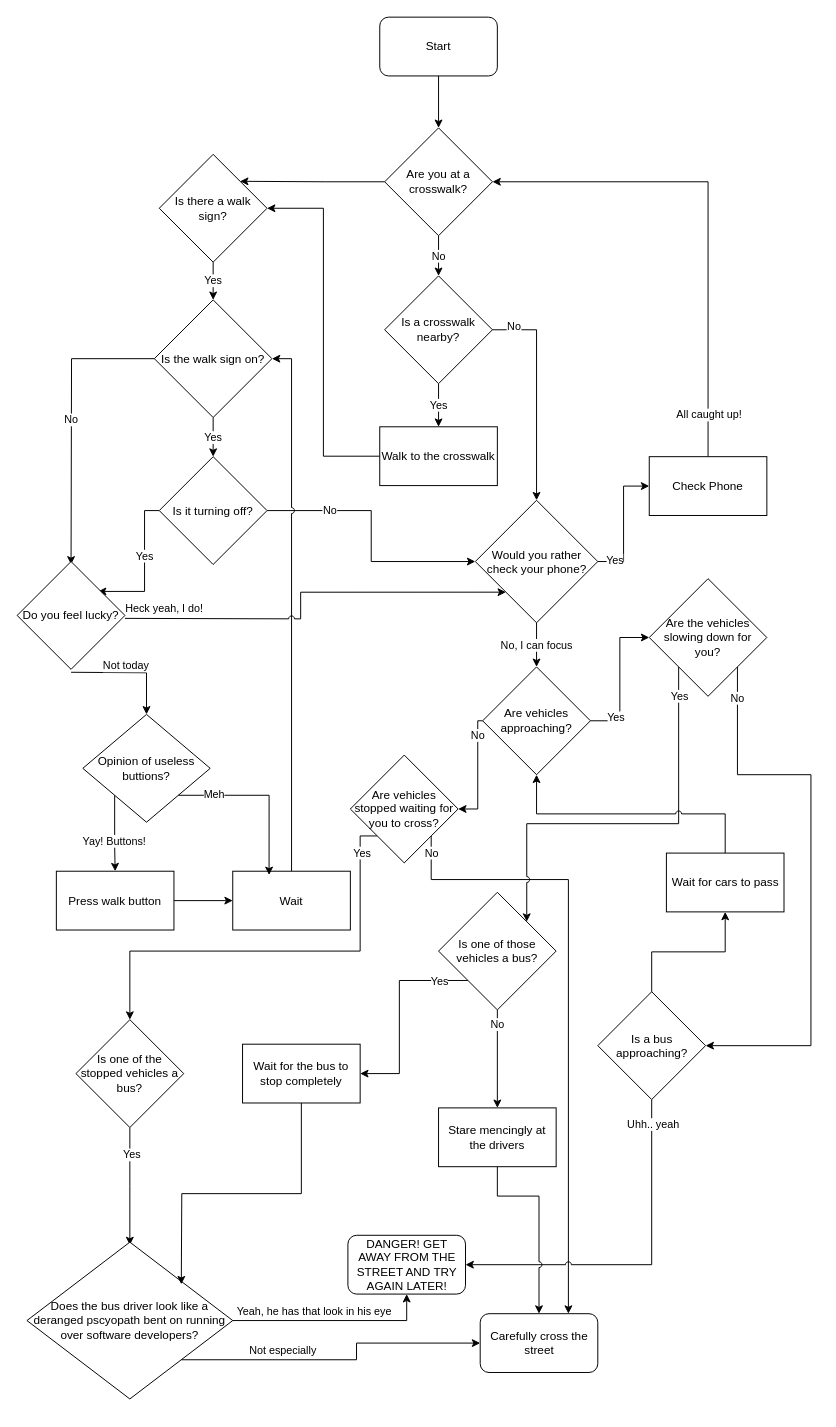
pboyd/pboyd.io keeps this draw.io diagram as content/posts/how-to-walk-safely-near-buses/flowchart.drawio. Above is the earlier version. Source tidied: cells renumbered, new cells numbered last; positions are measured from the earlier drawing's top-left corner, leaving out a move shared by most shapes. Both pictures are drawn from the tidied source at 98%, with x=0, y=0 at pixel (17, 17).
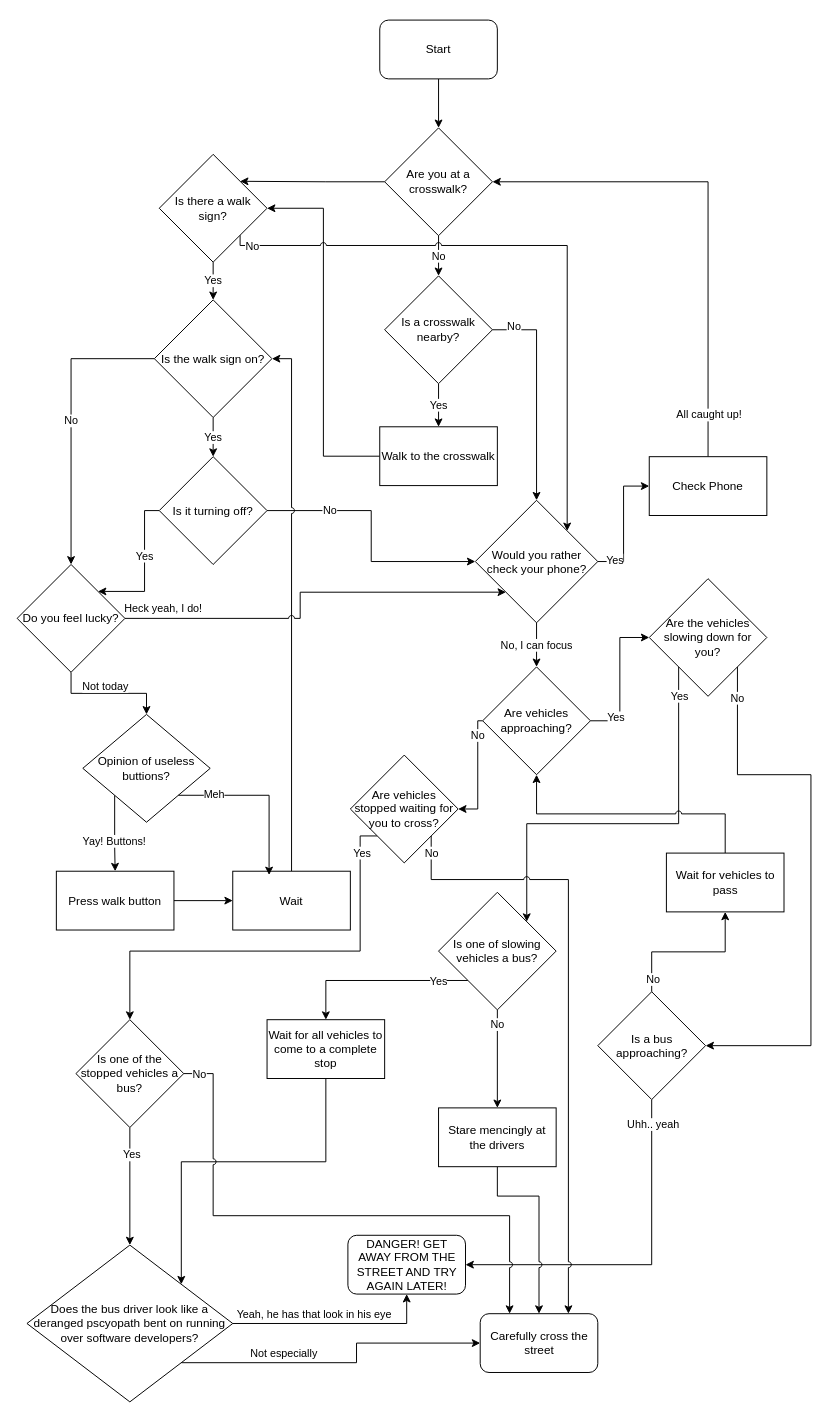
After the change.

Unchanged cells that the change refers to:
```xml
<mxCell id="12" value="Is there a walk sign?" style="rhombus;whiteSpace=wrap;html=1;" parent="1" vertex="1">
  <mxGeometry x="145" y="140" width="110" height="110" as="geometry" />
</mxCell>
<mxCell id="15" value="Is the walk sign on?" style="rhombus;whiteSpace=wrap;html=1;" parent="1" vertex="1">
  <mxGeometry x="140" y="288.5" width="120" height="120" as="geometry" />
</mxCell>
<mxCell id="20" value="Is it turning off?" style="rhombus;whiteSpace=wrap;html=1;" parent="1" vertex="1">
  <mxGeometry x="145" y="448.5" width="110" height="110" as="geometry" />
</mxCell>
<mxCell id="23" value="Opinion of useless buttions?" style="rhombus;whiteSpace=wrap;html=1;" parent="1" vertex="1">
  <mxGeometry x="67" y="711.5" width="130" height="110" as="geometry" />
</mxCell>
<mxCell id="33" value="Would you rather check your phone?" style="rhombus;whiteSpace=wrap;html=1;" parent="1" vertex="1">
  <mxGeometry x="467.5" y="493" width="125" height="125" as="geometry" />
</mxCell>
<mxCell id="45" value="Are vehicles stopped waiting for you to cross?" style="rhombus;whiteSpace=wrap;html=1;" parent="1" vertex="1">
  <mxGeometry x="340" y="753" width="110" height="110" as="geometry" />
</mxCell>
<mxCell id="46" style="edgeStyle=orthogonalEdgeStyle;rounded=0;jettySize=auto;html=1;exitX=0.5;exitY=0;exitDx=0;exitDy=0;entryX=0.5;entryY=1;entryDx=0;entryDy=0;jumpStyle=arc;" parent="1" edge="1" source="49" target="56">
  <mxGeometry relative="1" as="geometry" />
</mxCell>
<mxCell id="49" value="Is a bus approaching?" style="rhombus;whiteSpace=wrap;html=1;" parent="1" vertex="1">
  <mxGeometry x="592.5" y="994.5" width="110" height="110" as="geometry" />
</mxCell>
<mxCell id="54" value="DANGER! GET AWAY FROM THE STREET AND TRY AGAIN LATER!" style="rounded=1;whiteSpace=wrap;html=1;" parent="1" vertex="1">
  <mxGeometry x="337.5" y="1243" width="120" height="60" as="geometry" />
</mxCell>
<mxCell id="59" value="Is one of the stopped vehicles a bus?" style="rhombus;whiteSpace=wrap;html=1;" parent="1" vertex="1">
  <mxGeometry x="60" y="1023" width="110" height="110" as="geometry" />
</mxCell>
<mxCell id="66" value="Carefully cross the street" style="rounded=1;whiteSpace=wrap;html=1;" parent="1" vertex="1">
  <mxGeometry x="472.5" y="1323" width="120" height="60" as="geometry" />
</mxCell>
```

The edit, as a diff of the source:
```diff
@@
+    <mxCell id="78" style="edgeStyle=orthogonalEdgeStyle;rounded=0;jettySize=auto;html=1;exitX=1;exitY=1;exitDx=0;exitDy=0;entryX=1;entryY=0;entryDx=0;entryDy=0;jumpStyle=arc;" parent="1" edge="1" source="12" target="33">
+      <mxGeometry relative="1" as="geometry">
+        <Array as="points">
+          <mxPoint x="228" y="233" />
+          <mxPoint x="561" y="233" />
+        </Array>
+      </mxGeometry>
+    </mxCell>
+    <mxCell id="79" value="No" style="edgeLabel;html=1;align=center;verticalAlign=middle;" parent="78" vertex="1">
+      <mxGeometry x="-0.93" y="-1" relative="1" as="geometry">
+        <mxPoint y="-1" as="offset" />
+      </mxGeometry>
+    </mxCell>
@@
-    <mxCell id="14" value="No" style="edgeStyle=orthogonalEdgeStyle;rounded=0;jettySize=auto;html=1;exitX=0;exitY=0.5;exitDx=0;exitDy=0;entryX=0.5;entryY=0;entryDx=0;entryDy=0;" parent="1" edge="1" source="15">
-      <mxGeometry relative="1" as="geometry">
-        <mxPoint x="55" y="558.5" as="targetPoint" />
-      </mxGeometry>
+    <mxCell id="14" value="No" style="edgeStyle=orthogonalEdgeStyle;rounded=0;jettySize=auto;html=1;exitX=0;exitY=0.5;exitDx=0;exitDy=0;entryX=0.5;entryY=0;entryDx=0;entryDy=0;" parent="1" edge="1" source="15" target="30">
+      <mxGeometry relative="1" as="geometry" />
     </mxCell>
@@
-    <mxCell id="16" style="edgeStyle=orthogonalEdgeStyle;rounded=0;jettySize=auto;html=1;exitX=0;exitY=0.5;exitDx=0;exitDy=0;entryX=1;entryY=0;entryDx=0;entryDy=0;" parent="1" edge="1" source="20">
+    <mxCell id="16" style="edgeStyle=orthogonalEdgeStyle;rounded=0;jettySize=auto;html=1;exitX=0;exitY=0.5;exitDx=0;exitDy=0;entryX=1;entryY=0;entryDx=0;entryDy=0;" parent="1" edge="1" source="20" target="30">
       <mxGeometry relative="1" as="geometry">
-        <mxPoint x="82.5" y="586" as="targetPoint" />
         <Array as="points">
           <mxPoint x="130" y="503.5" />
           <mxPoint x="130" y="586.5" />
         </Array>
       </mxGeometry>
     </mxCell>
@@
-    <mxCell id="28" value="Not today" style="edgeStyle=orthogonalEdgeStyle;rounded=0;jettySize=auto;html=1;exitX=0.5;exitY=1;exitDx=0;exitDy=0;entryX=0.5;entryY=0;entryDx=0;entryDy=0;" parent="1" edge="1" target="23">
-      <mxGeometry x="-0.06" y="7" relative="1" as="geometry">
-        <mxPoint x="55" y="668.5" as="sourcePoint" />
-      </mxGeometry>
+    <mxCell id="28" value="Not today" style="edgeStyle=orthogonalEdgeStyle;rounded=0;jettySize=auto;html=1;exitX=0.5;exitY=1;exitDx=0;exitDy=0;entryX=0.5;entryY=0;entryDx=0;entryDy=0;" parent="1" edge="1" source="30" target="23">
+      <mxGeometry x="-0.06" y="7" relative="1" as="geometry" />
     </mxCell>
-    <mxCell id="29" value="Heck yeah, I do!" style="edgeStyle=orthogonalEdgeStyle;rounded=0;jettySize=auto;html=1;exitX=1;exitY=0.5;exitDx=0;exitDy=0;entryX=0;entryY=1;entryDx=0;entryDy=0;jumpStyle=arc;" parent="1" edge="1" target="33">
-      <mxGeometry x="-0.81" y="11" relative="1" as="geometry">
-        <mxPoint x="110" y="613.5" as="sourcePoint" />
-      </mxGeometry>
+    <mxCell id="29" value="Heck yeah, I do!" style="edgeStyle=orthogonalEdgeStyle;rounded=0;jettySize=auto;html=1;exitX=1;exitY=0.5;exitDx=0;exitDy=0;entryX=0;entryY=1;entryDx=0;entryDy=0;jumpStyle=arc;" parent="1" edge="1" source="30" target="33">
+      <mxGeometry x="-0.81" y="11" relative="1" as="geometry" />
     </mxCell>
     <mxCell id="30" value="Do you feel lucky?" style="rhombus;whiteSpace=wrap;html=1;" parent="1" vertex="1">
-      <mxGeometry y="555.5" width="110" height="110" as="geometry" />
+      <mxGeometry y="558.5" width="110" height="110" as="geometry" />
     </mxCell>
@@
-    <mxCell id="41" style="edgeStyle=orthogonalEdgeStyle;rounded=0;jettySize=auto;html=1;exitX=1;exitY=1;exitDx=0;exitDy=0;entryX=0.75;entryY=0;entryDx=0;entryDy=0;jumpStyle=arc;" parent="1" edge="1" source="45" target="66">
-      <mxGeometry relative="1" as="geometry">
-        <Array as="points">
-          <mxPoint x="422" y="880" />
-          <mxPoint x="563" y="880" />
-        </Array>
-      </mxGeometry>
-    </mxCell>
-    <mxCell id="42" value="No" style="edgeLabel;html=1;align=center;verticalAlign=middle;" parent="41" vertex="1">
-      <mxGeometry x="-0.95" y="-1" relative="1" as="geometry">
-        <mxPoint x="1" y="1" as="offset" />
-      </mxGeometry>
-    </mxCell>
@@
+    <mxCell id="80" value="No" style="edgeLabel;html=1;align=center;verticalAlign=middle;" parent="46" vertex="1">
+      <mxGeometry x="-0.84" y="-1" relative="1" as="geometry" />
+    </mxCell>
-    <mxCell id="47" style="edgeStyle=orthogonalEdgeStyle;rounded=0;jettySize=auto;html=1;exitX=0.5;exitY=1;exitDx=0;exitDy=0;entryX=1;entryY=0.5;entryDx=0;entryDy=0;jumpStyle=arc;" parent="1" edge="1" source="49" target="54">
+    <mxCell id="47" style="edgeStyle=orthogonalEdgeStyle;rounded=0;jettySize=auto;html=1;exitX=0.5;exitY=1;exitDx=0;exitDy=0;entryX=1;entryY=0.5;entryDx=0;entryDy=0;jumpStyle=none;" parent="1" edge="1" source="49" target="54">
       <mxGeometry relative="1" as="geometry">
         <Array as="points">
           <mxPoint x="648" y="1273" />
         </Array>
       </mxGeometry>
     </mxCell>
@@
-    <mxCell id="56" value="Wait for cars to pass" style="rounded=0;whiteSpace=wrap;html=1;" parent="1" vertex="1">
+    <mxCell id="56" value="Wait for vehicles to pass" style="rounded=0;whiteSpace=wrap;html=1;" parent="1" vertex="1">
       <mxGeometry x="662.5" y="853" width="120" height="60" as="geometry" />
     </mxCell>
-    <mxCell id="57" style="edgeStyle=orthogonalEdgeStyle;rounded=0;jettySize=auto;html=1;exitX=0.5;exitY=1;exitDx=0;exitDy=0;entryX=0.5;entryY=0;entryDx=0;entryDy=0;" parent="1" edge="1" source="59">
-      <mxGeometry relative="1" as="geometry">
-        <mxPoint x="115" y="1253" as="targetPoint" />
-      </mxGeometry>
+    <mxCell id="57" style="edgeStyle=orthogonalEdgeStyle;rounded=0;jettySize=auto;html=1;exitX=0.5;exitY=1;exitDx=0;exitDy=0;entryX=0.5;entryY=0;entryDx=0;entryDy=0;" parent="1" edge="1" source="59" target="64">
+      <mxGeometry relative="1" as="geometry" />
     </mxCell>
@@
-    <mxCell id="62" style="edgeStyle=orthogonalEdgeStyle;rounded=0;jettySize=auto;html=1;entryX=0;entryY=0.5;entryDx=0;entryDy=0;exitX=1;exitY=1;exitDx=0;exitDy=0;" parent="1" edge="1" source="64" target="66">
+    <mxCell id="62" style="edgeStyle=orthogonalEdgeStyle;rounded=0;jettySize=auto;html=1;exitX=1;exitY=1;exitDx=0;exitDy=0;entryX=0;entryY=0.5;entryDx=0;entryDy=0;" parent="1" edge="1" source="64" target="66">
       <mxGeometry relative="1" as="geometry" />
     </mxCell>
@@
     <mxCell id="64" value="Does the bus driver look like a deranged pscyopath bent on running over software developers?" style="rhombus;whiteSpace=wrap;html=1;" parent="1" vertex="1">
-      <mxGeometry x="10" y="1250" width="210" height="160" as="geometry" />
+      <mxGeometry x="10" y="1253" width="210" height="160" as="geometry" />
     </mxCell>
-    <mxCell id="65" style="edgeStyle=orthogonalEdgeStyle;rounded=0;orthogonalLoop=1;jettySize=auto;html=1;exitX=0.5;exitY=1;exitDx=0;exitDy=0;" parent="1" edge="1">
-      <mxGeometry relative="1" as="geometry">
-        <mxPoint x="115" y="1413" as="sourcePoint" />
-        <mxPoint x="115" y="1413" as="targetPoint" />
-      </mxGeometry>
+    <mxCell id="65" style="edgeStyle=orthogonalEdgeStyle;rounded=0;orthogonalLoop=1;jettySize=auto;html=1;exitX=0.5;exitY=1;exitDx=0;exitDy=0;" parent="1" edge="1" source="64" target="64">
+      <mxGeometry relative="1" as="geometry" />
     </mxCell>
@@
-    <mxCell id="71" style="edgeStyle=orthogonalEdgeStyle;rounded=0;jettySize=auto;html=1;exitX=0;exitY=1;exitDx=0;exitDy=0;entryX=1;entryY=0.5;entryDx=0;entryDy=0;" parent="1" edge="1" source="73" target="75">
-      <mxGeometry relative="1" as="geometry" />
-    </mxCell>
+    <mxCell id="81" style="edgeStyle=orthogonalEdgeStyle;rounded=0;jettySize=auto;html=1;exitX=0;exitY=1;exitDx=0;exitDy=0;" parent="1" edge="1" source="73" target="83">
+      <mxGeometry relative="1" as="geometry" />
+    </mxCell>
-    <mxCell id="72" value="Yes" style="edgeLabel;html=1;align=center;verticalAlign=middle;" parent="71" vertex="1">
-      <mxGeometry x="-0.67" y="2" relative="1" as="geometry">
-        <mxPoint x="4" y="-2" as="offset" />
-      </mxGeometry>
+    <mxCell id="72" value="Yes" style="edgeLabel;html=1;align=center;verticalAlign=middle;" parent="81" vertex="1">
+      <mxGeometry x="-0.67" relative="1" as="geometry" />
     </mxCell>
-    <mxCell id="73" value="Is one of those vehicles a bus?" style="rhombus;whiteSpace=wrap;html=1;" parent="1" vertex="1">
+    <mxCell id="73" value="Is one of slowing vehicles a bus?" style="rhombus;whiteSpace=wrap;html=1;" parent="1" vertex="1">
       <mxGeometry x="430" y="893" width="120" height="120" as="geometry" />
     </mxCell>
-    <mxCell id="74" style="edgeStyle=orthogonalEdgeStyle;rounded=0;jettySize=auto;html=1;exitX=0.5;exitY=1;exitDx=0;exitDy=0;entryX=1;entryY=0;entryDx=0;entryDy=0;" parent="1" edge="1" source="75">
-      <mxGeometry relative="1" as="geometry">
-        <mxPoint x="167.5" y="1293" as="targetPoint" />
-      </mxGeometry>
-    </mxCell>
-    <mxCell id="75" value="Wait for the bus to stop completely" style="rounded=0;whiteSpace=wrap;html=1;" parent="1" vertex="1">
-      <mxGeometry x="230" y="1048" width="120" height="60" as="geometry" />
-    </mxCell>
+    <mxCell id="41" style="edgeStyle=orthogonalEdgeStyle;rounded=0;jettySize=auto;html=1;exitX=1;exitY=1;exitDx=0;exitDy=0;entryX=0.75;entryY=0;entryDx=0;entryDy=0;jumpStyle=arc;" parent="1" edge="1" source="45" target="66">
+      <mxGeometry relative="1" as="geometry">
+        <Array as="points">
+          <mxPoint x="422" y="880" />
+          <mxPoint x="563" y="880" />
+        </Array>
+      </mxGeometry>
+    </mxCell>
+    <mxCell id="42" value="No" style="edgeLabel;html=1;align=center;verticalAlign=middle;" parent="41" vertex="1">
+      <mxGeometry x="-0.95" y="-1" relative="1" as="geometry">
+        <mxPoint x="1" y="1" as="offset" />
+      </mxGeometry>
+    </mxCell>
+    <mxCell id="82" style="edgeStyle=orthogonalEdgeStyle;rounded=0;jettySize=auto;html=1;exitX=0.5;exitY=1;exitDx=0;exitDy=0;entryX=1;entryY=0;entryDx=0;entryDy=0;" parent="1" edge="1" source="83" target="64">
+      <mxGeometry relative="1" as="geometry" />
+    </mxCell>
+    <mxCell id="83" value="Wait for all vehicles to come to a complete stop" style="rounded=0;whiteSpace=wrap;html=1;" parent="1" vertex="1">
+      <mxGeometry x="255" y="1023" width="120" height="60" as="geometry" />
+    </mxCell>
+    <mxCell id="84" style="edgeStyle=orthogonalEdgeStyle;rounded=0;jettySize=auto;html=1;exitX=1;exitY=0.5;exitDx=0;exitDy=0;entryX=0.25;entryY=0;entryDx=0;entryDy=0;jumpStyle=arc;" parent="1" edge="1" source="59" target="66">
+      <mxGeometry relative="1" as="geometry">
+        <Array as="points">
+          <mxPoint x="200" y="1078" />
+          <mxPoint x="200" y="1223" />
+          <mxPoint x="503" y="1223" />
+        </Array>
+      </mxGeometry>
+    </mxCell>
+    <mxCell id="85" value="No" style="edgeLabel;html=1;align=center;verticalAlign=middle;" parent="84" vertex="1">
+      <mxGeometry x="-0.96" relative="1" as="geometry">
+        <mxPoint x="3" as="offset" />
+      </mxGeometry>
+    </mxCell>
@@
     <mxCell id="77" value="Start" style="rounded=1;whiteSpace=wrap;html=1;" parent="1" vertex="1">
-      <mxGeometry x="370" width="120" height="60" as="geometry" />
+      <mxGeometry x="370" y="3" width="120" height="60" as="geometry" />
     </mxCell>
```
